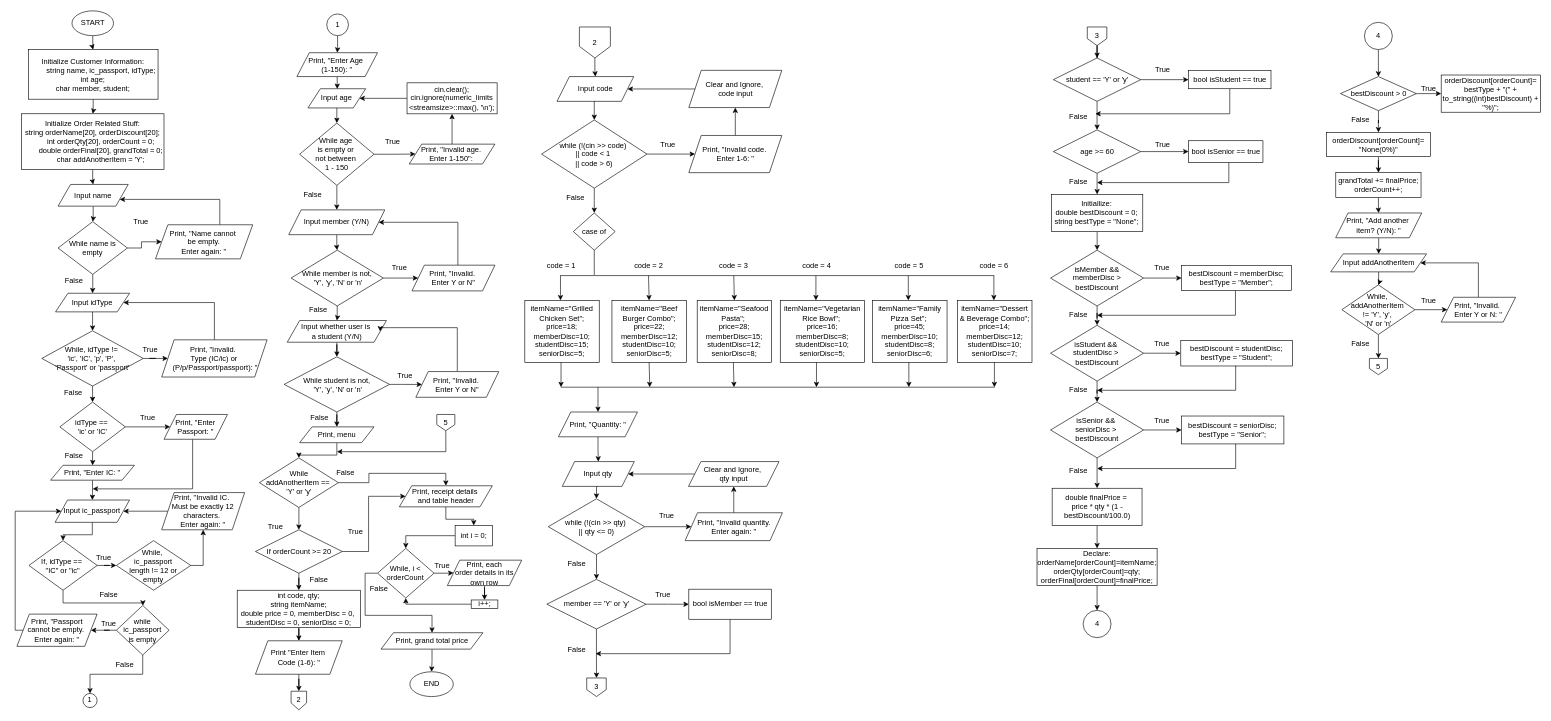
The draw.io diagram flowchart_group8_DCSI.drawio in cr0w-l0rd/Restaurant_Ordering_and_Billing_System, before the edit. Source tidied: cells renumbered, new cells numbered last; positions are measured from the earlier drawing's top-left corner, leaving out a move shared by most shapes. Both pictures are drawn from the tidied source at 62%, with x=0, y=0 at pixel (15, 11).
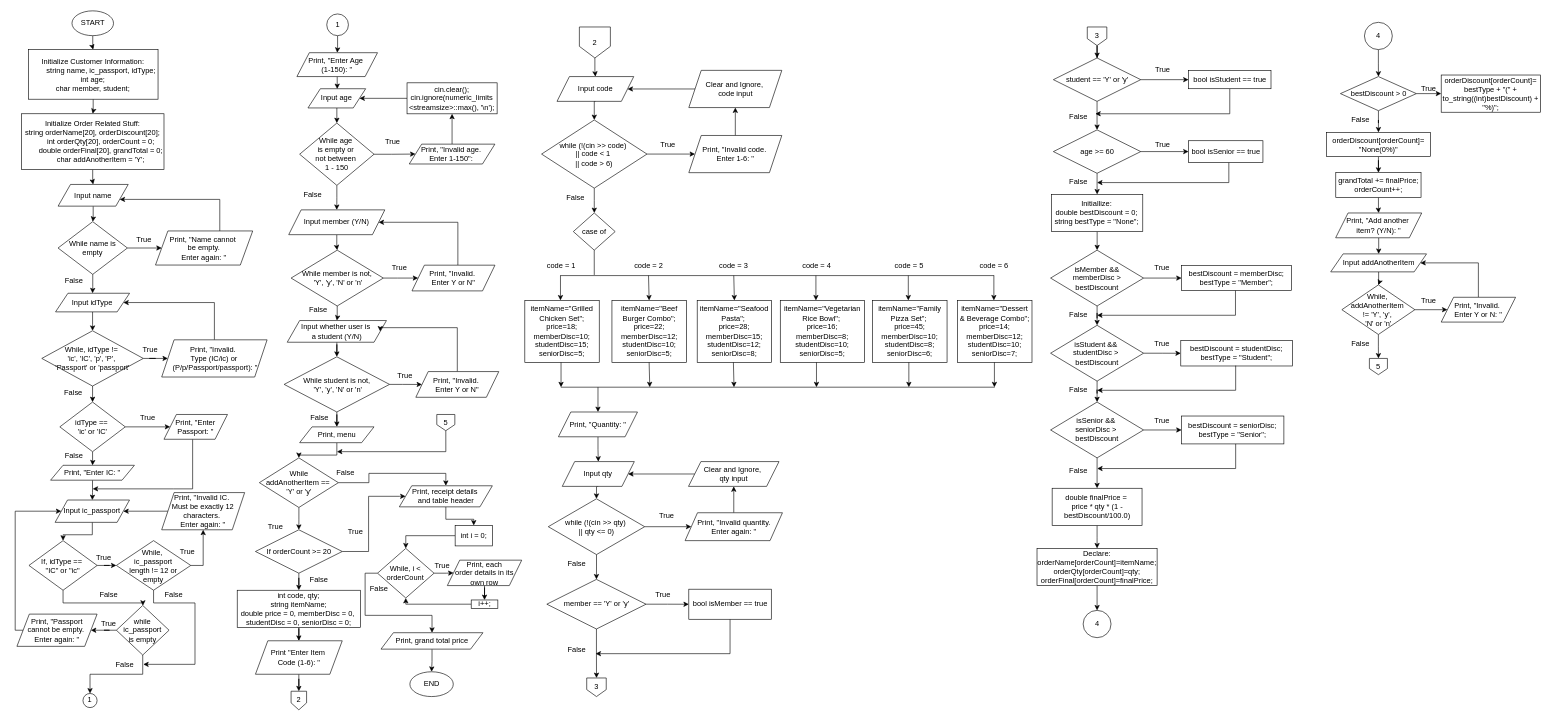
Above is the later version.

The change refers to these unchanged cells:
```xml
<mxCell id="203" value="While,&amp;nbsp;&lt;div&gt;ic_passport&lt;div&gt;length != 12 or&lt;/div&gt;&lt;div&gt;&lt;span style=&quot;background-color: transparent; color: light-dark(rgb(0, 0, 0), rgb(255, 255, 255));&quot;&gt;empty&lt;/span&gt;&lt;/div&gt;&lt;/div&gt;" style="rhombus;whiteSpace=wrap;html=1;" parent="1" vertex="1">
  <mxGeometry x="163.2" y="854.5" width="120" height="80" as="geometry" />
</mxCell>
<mxCell id="214" value="False" style="text;html=1;whiteSpace=wrap;strokeColor=none;fillColor=none;align=center;verticalAlign=middle;rounded=0;" parent="1" vertex="1">
  <mxGeometry x="146.6" y="1039" width="60" height="30" as="geometry" />
</mxCell>
```

Change to the diagram source:
```diff
@@
     <mxCell id="14" value="Print, &quot;Name cannot&amp;nbsp;&lt;div&gt;be empty.&lt;div&gt;&lt;div&gt;Enter again: &quot;&lt;/div&gt;&lt;/div&gt;&lt;/div&gt;" style="shape=parallelogram;perimeter=parallelogramPerimeter;whiteSpace=wrap;html=1;fixedSize=1;" parent="1" vertex="1">
-      <mxGeometry x="226.3" y="345" width="156.8" height="55" as="geometry" />
+      <mxGeometry x="226.3" y="355" width="156.8" height="55" as="geometry" />
     </mxCell>
     <mxCell id="15" value="True" style="text;html=1;whiteSpace=wrap;strokeColor=none;fillColor=none;align=center;verticalAlign=middle;rounded=0;" parent="1" vertex="1">
-      <mxGeometry x="172.9" y="326" width="60" height="30" as="geometry" />
+      <mxGeometry x="177.5" y="355" width="60" height="30" as="geometry" />
     </mxCell>
@@
+    <mxCell id="253" style="edgeStyle=orthogonalEdgeStyle;rounded=0;jettySize=auto;html=1;entryX=1;entryY=0.5;entryDx=0;entryDy=0;" parent="1" edge="1" source="203" target="214">
+      <mxGeometry relative="1" as="geometry">
+        <Array as="points">
+          <mxPoint x="223" y="955" />
+          <mxPoint x="290" y="955" />
+          <mxPoint x="290" y="1054" />
+        </Array>
+      </mxGeometry>
+    </mxCell>
@@
+    <mxCell id="254" value="True" style="text;html=1;whiteSpace=wrap;strokeColor=none;fillColor=none;align=center;verticalAlign=middle;rounded=0;" parent="1" vertex="1">
+      <mxGeometry x="248.2" y="857" width="60" height="30" as="geometry" />
+    </mxCell>
+    <mxCell id="255" value="False" style="text;html=1;whiteSpace=wrap;strokeColor=none;fillColor=none;align=center;verticalAlign=middle;rounded=0;" parent="1" vertex="1">
+      <mxGeometry x="226.3" y="927" width="60" height="30" as="geometry" />
+    </mxCell>
```
